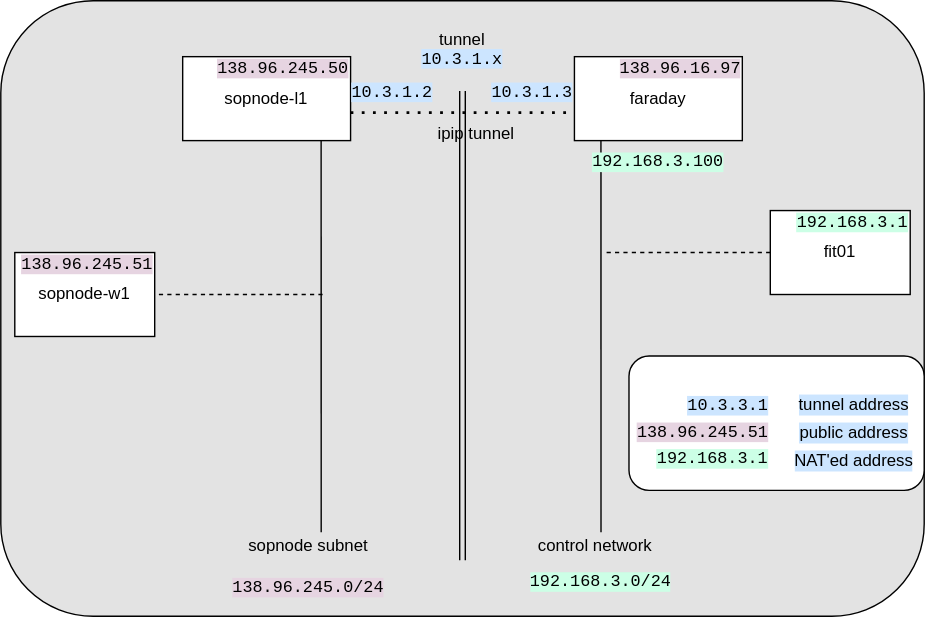
Before: tunnel/tunnel-arch.svg, a diagram exported from draw.io (sopnode/kube-install). Source tidied: cells renumbered, new cells last; positions are measured from the earlier drawing's top-left corner, leaving out a move shared by most shapes. Source of this version:
```xml
<mxGraphModel>
  <root>
    <mxCell id="0" />
    <mxCell id="1" parent="0" />
    <mxCell id="2" style="rounded=1;whiteSpace=wrap;html=1;fillColor=#E3E3E3;" parent="1" vertex="1">
      <mxGeometry width="660" height="440" as="geometry" />
    </mxCell>
    <mxCell id="3" style="rounded=1;whiteSpace=wrap;html=1;labelBackgroundColor=#CCE5FF;fontFamily=Helvetica;" parent="1" vertex="1">
      <mxGeometry x="449" y="254" width="211" height="96" as="geometry" />
    </mxCell>
    <mxCell id="4" value="faraday" style="rounded=0;whiteSpace=wrap;html=1;" parent="1" vertex="1">
      <mxGeometry x="410" y="40" width="120" height="60" as="geometry" />
    </mxCell>
    <mxCell id="5" style="endArrow=none;html=1;entryX=0.658;entryY=1;entryDx=0;entryDy=0;entryPerimeter=0;" parent="1" edge="1">
      <mxGeometry relative="1" as="geometry">
        <mxPoint x="429" y="380" as="sourcePoint" />
        <mxPoint x="429" y="100" as="targetPoint" />
      </mxGeometry>
    </mxCell>
    <mxCell id="6" value="fit01" style="rounded=0;whiteSpace=wrap;html=1;" parent="1" vertex="1">
      <mxGeometry x="550" y="150" width="100" height="60" as="geometry" />
    </mxCell>
    <mxCell id="7" style="endArrow=none;dashed=1;html=1;exitX=0;exitY=0.5;exitDx=0;exitDy=0;" parent="1" edge="1" source="6">
      <mxGeometry relative="1" as="geometry">
        <mxPoint x="430" y="180" as="targetPoint" />
      </mxGeometry>
    </mxCell>
    <mxCell id="8" value="control network" style="text;html=1;strokeColor=none;fillColor=none;align=center;verticalAlign=middle;whiteSpace=wrap;rounded=0;" parent="1" vertex="1">
      <mxGeometry x="380" y="380" width="90" height="20" as="geometry" />
    </mxCell>
    <mxCell id="9" value="sopnode-l1" style="rounded=0;whiteSpace=wrap;html=1;" parent="1" vertex="1">
      <mxGeometry x="130" y="40" width="120" height="60" as="geometry" />
    </mxCell>
    <mxCell id="10" value="&lt;font face=&quot;Courier New&quot; style=&quot;background-color: rgb(204 , 255 , 230)&quot;&gt;192.168.3.0/24&lt;/font&gt;" style="text;html=1;strokeColor=none;fillColor=none;align=center;verticalAlign=middle;whiteSpace=wrap;rounded=0;" parent="1" vertex="1">
      <mxGeometry x="399" y="400" width="60" height="30" as="geometry" />
    </mxCell>
    <mxCell id="11" value="sopnode subnet&lt;br&gt;&lt;br&gt;&lt;font face=&quot;Courier New&quot; style=&quot;background-color: rgb(230 , 212 , 225)&quot;&gt;138.96.245.0/24&lt;/font&gt;" style="text;html=1;strokeColor=none;fillColor=none;align=center;verticalAlign=middle;whiteSpace=wrap;rounded=0;" parent="1" vertex="1">
      <mxGeometry x="190" y="390" width="60" height="30" as="geometry" />
    </mxCell>
    <mxCell id="12" value="tunnel&lt;br&gt;&lt;span style=&quot;background-color: rgb(204 , 229 , 255)&quot;&gt;&lt;font face=&quot;Courier New&quot;&gt;10.3.1.x&lt;/font&gt;&lt;/span&gt;" style="text;html=1;strokeColor=none;fillColor=none;align=center;verticalAlign=middle;whiteSpace=wrap;rounded=0;" parent="1" vertex="1">
      <mxGeometry x="300" y="20" width="60" height="30" as="geometry" />
    </mxCell>
    <mxCell id="13" value="&lt;font face=&quot;Courier New&quot; style=&quot;background-color: rgb(204 , 229 , 255)&quot;&gt;10.3.1.2&lt;/font&gt;" style="text;html=1;strokeColor=none;fillColor=none;align=center;verticalAlign=middle;whiteSpace=wrap;rounded=0;" parent="1" vertex="1">
      <mxGeometry x="250" y="50" width="60" height="30" as="geometry" />
    </mxCell>
    <mxCell id="14" value="&lt;font face=&quot;Courier New&quot; style=&quot;background-color: rgb(204 , 229 , 255)&quot;&gt;10.3.1.3&lt;/font&gt;" style="text;html=1;strokeColor=none;fillColor=none;align=center;verticalAlign=middle;whiteSpace=wrap;rounded=0;" parent="1" vertex="1">
      <mxGeometry x="350" y="50" width="60" height="30" as="geometry" />
    </mxCell>
    <mxCell id="15" style="endArrow=none;dashed=1;html=1;dashPattern=1 3;strokeWidth=2;exitX=0;exitY=1;exitDx=0;exitDy=0;" parent="1" edge="1" source="13">
      <mxGeometry relative="1" as="geometry">
        <mxPoint x="410" y="80" as="targetPoint" />
      </mxGeometry>
    </mxCell>
    <mxCell id="16" value="ipip tunnel" style="text;html=1;strokeColor=none;fillColor=none;align=center;verticalAlign=middle;whiteSpace=wrap;rounded=0;" parent="1" vertex="1">
      <mxGeometry x="310" y="80" width="60" height="30" as="geometry" />
    </mxCell>
    <mxCell id="17" style="endArrow=none;html=1;entryX=0.658;entryY=1;entryDx=0;entryDy=0;entryPerimeter=0;" parent="1" edge="1">
      <mxGeometry relative="1" as="geometry">
        <mxPoint x="229" y="380" as="sourcePoint" />
        <mxPoint x="229" y="100" as="targetPoint" />
      </mxGeometry>
    </mxCell>
    <mxCell id="18" value="sopnode-w1" style="rounded=0;whiteSpace=wrap;html=1;" parent="1" vertex="1">
      <mxGeometry x="10" y="180" width="100" height="60" as="geometry" />
    </mxCell>
    <mxCell id="19" style="shape=link;html=1;" parent="1" edge="1">
      <mxGeometry relative="1" as="geometry">
        <mxPoint x="330" y="400" as="sourcePoint" />
        <mxPoint x="330" y="64.5" as="targetPoint" />
      </mxGeometry>
    </mxCell>
    <mxCell id="20" style="endArrow=none;dashed=1;html=1;exitX=0;exitY=0.5;exitDx=0;exitDy=0;" parent="1" edge="1">
      <mxGeometry relative="1" as="geometry">
        <mxPoint x="230" y="210" as="sourcePoint" />
        <mxPoint x="110" y="210" as="targetPoint" />
      </mxGeometry>
    </mxCell>
    <mxCell id="21" value="&lt;font face=&quot;Courier New&quot; style=&quot;background-color: rgb(204 , 255 , 230)&quot;&gt;192.168.3.100&lt;/font&gt;" style="text;html=1;strokeColor=none;fillColor=none;align=center;verticalAlign=middle;whiteSpace=wrap;rounded=0;" parent="1" vertex="1">
      <mxGeometry x="430" y="100" width="80" height="30" as="geometry" />
    </mxCell>
    <mxCell id="22" value="&lt;font face=&quot;Courier New&quot; style=&quot;background-color: rgb(230 , 212 , 225)&quot;&gt;138.96.245.50&lt;/font&gt;" style="text;html=1;strokeColor=none;fillColor=none;align=center;verticalAlign=middle;whiteSpace=wrap;rounded=0;" parent="1" vertex="1">
      <mxGeometry x="152" y="33" width="100" height="30" as="geometry" />
    </mxCell>
    <mxCell id="23" value="&lt;font face=&quot;Courier New&quot; style=&quot;background-color: rgb(230 , 212 , 225)&quot;&gt;138.96.16.97&lt;/font&gt;" style="text;html=1;strokeColor=none;fillColor=none;align=center;verticalAlign=middle;whiteSpace=wrap;rounded=0;" parent="1" vertex="1">
      <mxGeometry x="436" y="33" width="100" height="30" as="geometry" />
    </mxCell>
    <mxCell id="24" value="&lt;font face=&quot;Courier New&quot; style=&quot;background-color: rgb(230 , 212 , 225)&quot;&gt;138.96.245.51&lt;/font&gt;" style="text;html=1;strokeColor=none;fillColor=none;align=center;verticalAlign=middle;whiteSpace=wrap;rounded=0;" parent="1" vertex="1">
      <mxGeometry x="12" y="173" width="100" height="30" as="geometry" />
    </mxCell>
    <mxCell id="25" value="&lt;font face=&quot;Courier New&quot; style=&quot;background-color: rgb(204 , 255 , 230)&quot;&gt;192.168.3.1&lt;/font&gt;" style="text;html=1;strokeColor=none;fillColor=none;align=center;verticalAlign=middle;whiteSpace=wrap;rounded=0;" parent="1" vertex="1">
      <mxGeometry x="559" y="143" width="100" height="30" as="geometry" />
    </mxCell>
    <mxCell id="26" value="&lt;font face=&quot;Courier New&quot; style=&quot;background-color: rgb(204 , 229 , 255)&quot;&gt;10.3.3.1&lt;/font&gt;" style="text;html=1;strokeColor=none;fillColor=none;align=center;verticalAlign=middle;whiteSpace=wrap;rounded=0;" parent="1" vertex="1">
      <mxGeometry x="480" y="274" width="80" height="30" as="geometry" />
    </mxCell>
    <mxCell id="27" value="&lt;font face=&quot;Courier New&quot; style=&quot;background-color: rgb(230 , 212 , 225)&quot;&gt;138.96.245.51&lt;/font&gt;" style="text;html=1;strokeColor=none;fillColor=none;align=center;verticalAlign=middle;whiteSpace=wrap;rounded=0;" parent="1" vertex="1">
      <mxGeometry x="452" y="293" width="100" height="30" as="geometry" />
    </mxCell>
    <mxCell id="28" value="&lt;font face=&quot;Courier New&quot; style=&quot;background-color: rgb(204 , 255 , 230)&quot;&gt;192.168.3.1&lt;/font&gt;" style="text;html=1;strokeColor=none;fillColor=none;align=center;verticalAlign=middle;whiteSpace=wrap;rounded=0;" parent="1" vertex="1">
      <mxGeometry x="459" y="312" width="100" height="30" as="geometry" />
    </mxCell>
    <mxCell id="29" value="&lt;font face=&quot;Helvetica&quot;&gt;tunnel address&lt;/font&gt;" style="text;html=1;strokeColor=none;fillColor=none;align=center;verticalAlign=middle;whiteSpace=wrap;rounded=0;labelBackgroundColor=#CCE5FF;fontFamily=Courier New;" parent="1" vertex="1">
      <mxGeometry x="560" y="274" width="100" height="30" as="geometry" />
    </mxCell>
    <mxCell id="30" value="&lt;font face=&quot;Helvetica&quot;&gt;public address&lt;/font&gt;&lt;span style=&quot;color: rgba(0 , 0 , 0 , 0) ; font-family: monospace ; font-size: 0px ; background-color: rgb(248 , 249 , 250)&quot;&gt;%3CmxGraphModel%3E%3Croot%3E%3CmxCell%20id%3D%220%22%2F%3E%3CmxCell%20id%3D%221%22%20parent%3D%220%22%2F%3E%3CmxCell%20id%3D%222%22%20value%3D%22%26lt%3Bfont%20face%3D%26quot%3BHelvetica%26quot%3B%26gt%3Bisland%20address%26lt%3B%2Ffont%26gt%3B%22%20style%3D%22text%3Bhtml%3D1%3BstrokeColor%3Dnone%3BfillColor%3Dnone%3Balign%3Dcenter%3BverticalAlign%3Dmiddle%3BwhiteSpace%3Dwrap%3Brounded%3D0%3BlabelBackgroundColor%3D%23CCE5FF%3BfontFamily%3DCourier%20New%3B%22%20vertex%3D%221%22%20parent%3D%221%22%3E%3CmxGeometry%20x%3D%22150%22%20y%3D%22354%22%20width%3D%22100%22%20height%3D%2230%22%20as%3D%22geometry%22%2F%3E%3C%2FmxCell%3E%3C%2Froot%3E%3C%2FmxGraphModel%3E&lt;/span&gt;" style="text;html=1;strokeColor=none;fillColor=none;align=center;verticalAlign=middle;whiteSpace=wrap;rounded=0;labelBackgroundColor=#CCE5FF;fontFamily=Courier New;" parent="1" vertex="1">
      <mxGeometry x="560" y="294" width="100" height="30" as="geometry" />
    </mxCell>
    <mxCell id="31" value="&lt;font face=&quot;Helvetica&quot;&gt;NAT'ed address&lt;/font&gt;&lt;span style=&quot;color: rgba(0 , 0 , 0 , 0) ; font-family: monospace ; font-size: 0px ; background-color: rgb(248 , 249 , 250)&quot;&gt;%3CmxGraphModel%3E%3Croot%3E%3CmxCell%20id%3D%220%22%2F%3E%3CmxCell%20id%3D%221%22%20parent%3D%220%22%2F%3E%3CmxCell%20id%3D%222%22%20value%3D%22%26lt%3Bfont%20face%3D%26quot%3BHelvetica%26quot%3B%26gt%3Bisland%20address%26lt%3B%2Ffont%26gt%3B%22%20style%3D%22text%3Bhtml%3D1%3BstrokeColor%3Dnone%3BfillColor%3Dnone%3Balign%3Dcenter%3BverticalAlign%3Dmiddle%3BwhiteSpace%3Dwrap%3Brounded%3D0%3BlabelBackgroundColor%3D%23CCE5FF%3BfontFamily%3DCourier%20New%3B%22%20vertex%3D%221%22%20parent%3D%221%22%3E%3CmxGeometry%20x%3D%22150%22%20y%3D%22354%22%20width%3D%22100%22%20height%3D%2230%22%20as%3D%22geometry%22%2F%3E%3C%2FmxCell%3E%3C%2Froot%3E%3C%2FmxGraphModel%3E&lt;/span&gt;" style="text;html=1;strokeColor=none;fillColor=none;align=center;verticalAlign=middle;whiteSpace=wrap;rounded=0;labelBackgroundColor=#CCE5FF;fontFamily=Courier New;" parent="1" vertex="1">
      <mxGeometry x="560" y="314" width="100" height="30" as="geometry" />
    </mxCell>
  </root>
</mxGraphModel>
```
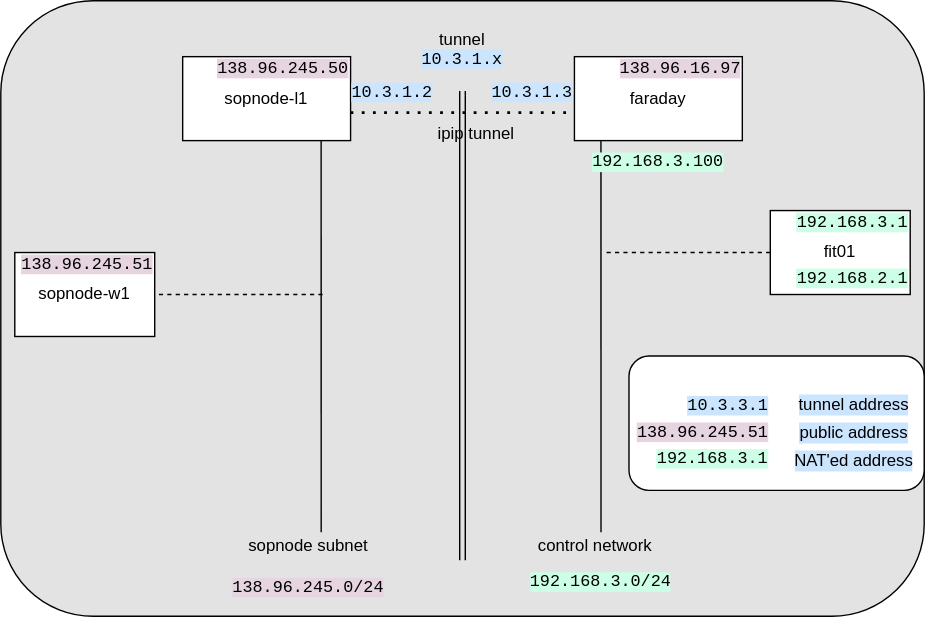
After the change.

Commit message:
r2lab-sopnode tunnel to encompass 192.168.2.x for the data interfaces

Change to the diagram source:
```diff
@@ -108,5 +108,8 @@
     <mxCell id="31" value="&lt;font face=&quot;Helvetica&quot;&gt;NAT'ed address&lt;/font&gt;&lt;span style=&quot;color: rgba(0 , 0 , 0 , 0) ; font-family: monospace ; font-size: 0px ; background-color: rgb(248 , 249 , 250)&quot;&gt;%3CmxGraphModel%3E%3Croot%3E%3CmxCell%20id%3D%220%22%2F%3E%3CmxCell%20id%3D%221%22%20parent%3D%220%22%2F%3E%3CmxCell%20id%3D%222%22%20value%3D%22%26lt%3Bfont%20face%3D%26quot%3BHelvetica%26quot%3B%26gt%3Bisland%20address%26lt%3B%2Ffont%26gt%3B%22%20style%3D%22text%3Bhtml%3D1%3BstrokeColor%3Dnone%3BfillColor%3Dnone%3Balign%3Dcenter%3BverticalAlign%3Dmiddle%3BwhiteSpace%3Dwrap%3Brounded%3D0%3BlabelBackgroundColor%3D%23CCE5FF%3BfontFamily%3DCourier%20New%3B%22%20vertex%3D%221%22%20parent%3D%221%22%3E%3CmxGeometry%20x%3D%22150%22%20y%3D%22354%22%20width%3D%22100%22%20height%3D%2230%22%20as%3D%22geometry%22%2F%3E%3C%2FmxCell%3E%3C%2Froot%3E%3C%2FmxGraphModel%3E&lt;/span&gt;" style="text;html=1;strokeColor=none;fillColor=none;align=center;verticalAlign=middle;whiteSpace=wrap;rounded=0;labelBackgroundColor=#CCE5FF;fontFamily=Courier New;" parent="1" vertex="1">
       <mxGeometry x="560" y="314" width="100" height="30" as="geometry" />
     </mxCell>
+    <mxCell id="32" value="&lt;font face=&quot;Courier New&quot; style=&quot;background-color: rgb(204 , 255 , 230)&quot;&gt;192.168.2.1&lt;/font&gt;" style="text;html=1;strokeColor=none;fillColor=none;align=center;verticalAlign=middle;whiteSpace=wrap;rounded=0;" parent="1" vertex="1">
+      <mxGeometry x="559" y="183" width="100" height="30" as="geometry" />
+    </mxCell>
   </root>
 </mxGraphModel>
```
